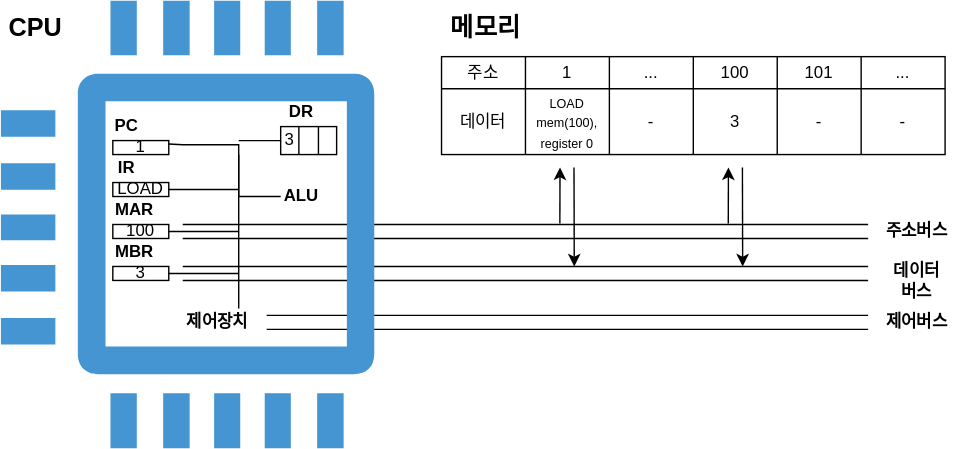
Earlier version of the draw.io export 03/yongki/assets/cpu.drawio.svg (cs-study-org/cs-study). Source tidied: cells renumbered, new cells last; positions are measured from the earlier drawing's top-left corner, leaving out a move shared by most shapes.
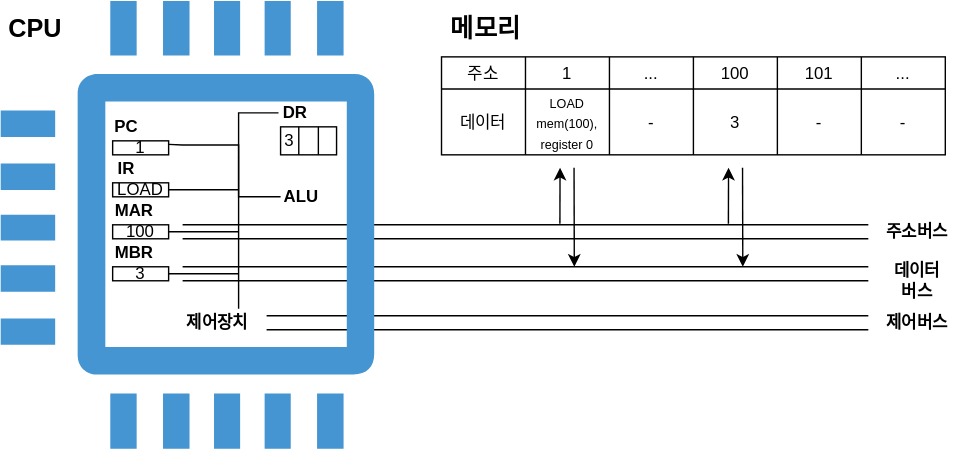
The same diagram one commit later.

The edit, as a diff of the source:
```diff
@@ -124,8 +124,8 @@
     <mxCell id="38" style="shape=partialRectangle;html=1;whiteSpace=wrap;overflow=hidden;fillColor=none;top=0;left=0;bottom=0;right=0;" parent="35" vertex="1">
       <mxGeometry x="27" width="13" height="20" as="geometry" />
     </mxCell>
-    <mxCell id="39" value="&lt;b&gt;DR&lt;/b&gt;" style="text;html=1;strokeColor=none;fillColor=none;align=center;verticalAlign=middle;whiteSpace=wrap;rounded=0;" parent="1" vertex="1">
-      <mxGeometry x="190" y="70" width="50" height="20" as="geometry" />
+    <mxCell id="39" value="&lt;b&gt;DR&lt;/b&gt;" style="text;html=1;strokeColor=none;fillColor=none;align=left;verticalAlign=middle;whiteSpace=wrap;rounded=0;" parent="1" vertex="1">
+      <mxGeometry x="200" y="70" width="40" height="20" as="geometry" />
     </mxCell>
     <mxCell id="40" value="&lt;b&gt;제어버스&lt;/b&gt;" style="text;html=1;strokeColor=none;fillColor=none;align=center;verticalAlign=middle;whiteSpace=wrap;rounded=0;" parent="1" vertex="1">
       <mxGeometry x="630" y="220" width="50" height="20" as="geometry" />
@@ -150,9 +150,12 @@
     <mxCell id="46" value="&lt;b&gt;ALU&lt;/b&gt;" style="text;html=1;strokeColor=none;fillColor=none;align=center;verticalAlign=middle;whiteSpace=wrap;rounded=0;" parent="1" vertex="1">
       <mxGeometry x="200" y="130" width="30" height="20" as="geometry" />
     </mxCell>
-    <mxCell id="47" style="edgeStyle=orthogonalEdgeStyle;rounded=0;html=1;endArrow=none;endFill=0;" parent="1" edge="1" source="35">
+    <mxCell id="47" style="edgeStyle=orthogonalEdgeStyle;rounded=0;html=1;endArrow=none;endFill=0;exitX=-0.037;exitY=0.501;exitDx=0;exitDy=0;exitPerimeter=0;" parent="1" edge="1" source="39">
       <mxGeometry relative="1" as="geometry">
-        <mxPoint x="170" y="100" as="targetPoint" />
+        <mxPoint x="170" y="110" as="targetPoint" />
+        <Array as="points">
+          <mxPoint x="170" y="80" />
+        </Array>
       </mxGeometry>
     </mxCell>
     <mxCell id="48" style="endArrow=classic;html=1;exitX=0.561;exitY=0;exitDx=0;exitDy=0;exitPerimeter=0;" parent="1" edge="1">
```
